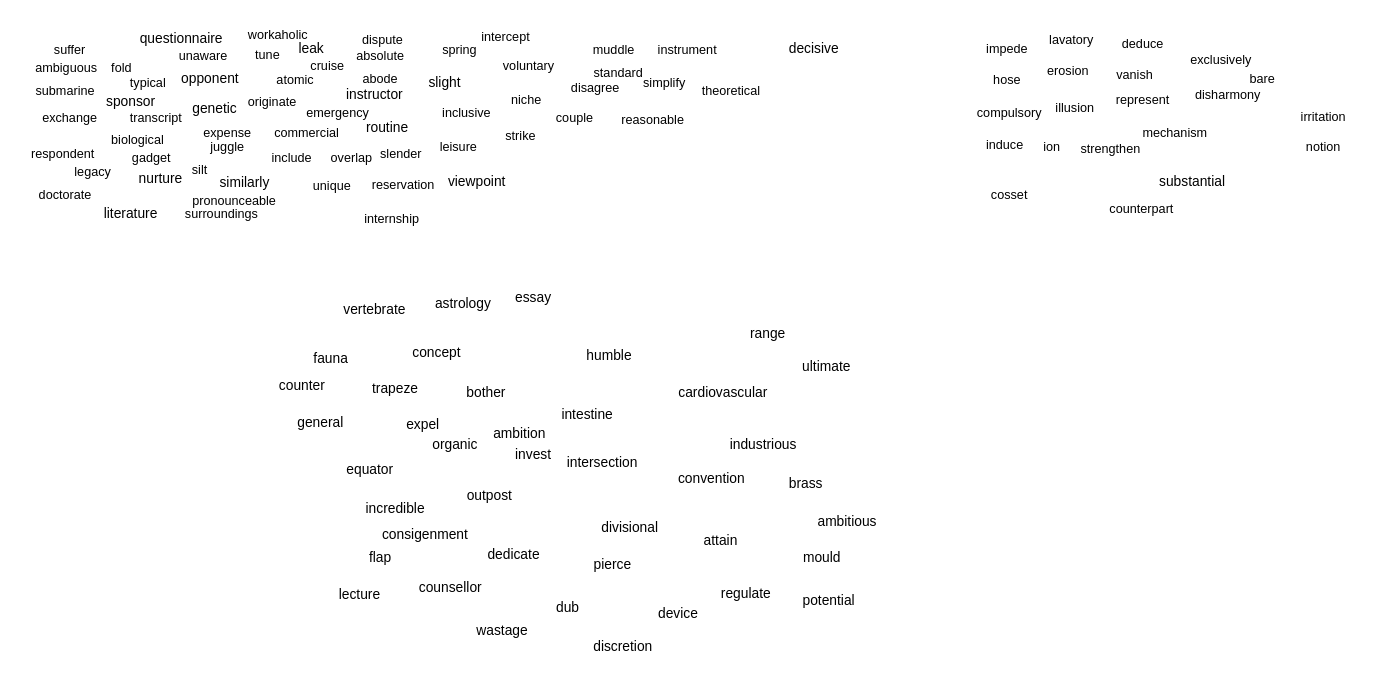
Earlier version of the draw.io diagram page "2023年12月24日" (2 of 2) of 2023-11-13.drawio (GC-L/hello-world). Source tidied: cells renumbered, new cells numbered last; positions are measured from the earlier drawing's top-left corner, leaving out a move shared by most shapes. Both pictures are drawn from the tidied source at 115%, with x=0, y=0 at pixel (20, 20).
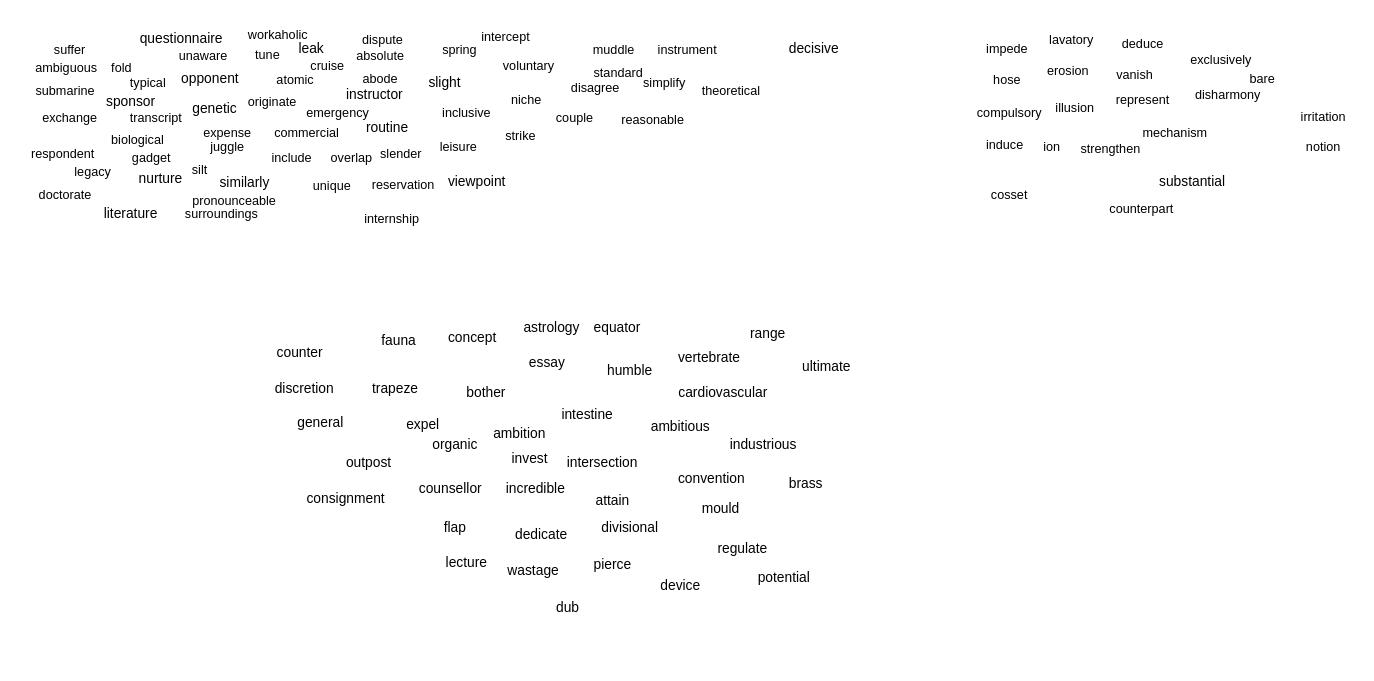
Above is the later version.

What changed in the source:
```diff
@@
     <mxCell id="86" value="incredible" style="text;html=1;align=center;verticalAlign=middle;strokeColor=none;fillColor=none;" parent="1" vertex="1">
-      <mxGeometry x="291" y="412" width="69" height="26" as="geometry" />
+      <mxGeometry x="413" y="395" width="69" height="26" as="geometry" />
     </mxCell>
     <mxCell id="87" value="vertebrate" style="text;html=1;align=center;verticalAlign=middle;strokeColor=none;fillColor=none;" parent="1" vertex="1">
-      <mxGeometry x="271.5" y="239" width="72" height="26" as="geometry" />
+      <mxGeometry x="563" y="281" width="72" height="26" as="geometry" />
     </mxCell>
@@
     <mxCell id="90" value="outpost" style="text;html=1;align=center;verticalAlign=middle;strokeColor=none;fillColor=none;" parent="1" vertex="1">
-      <mxGeometry x="379" y="401" width="57" height="26" as="geometry" />
+      <mxGeometry x="274.5" y="372" width="57" height="26" as="geometry" />
     </mxCell>
@@
-    <mxCell id="93" value="consigenment" style="text;html=1;align=center;verticalAlign=middle;strokeColor=none;fillColor=none;" parent="1" vertex="1">
-      <mxGeometry x="305" y="435" width="93" height="26" as="geometry" />
+    <mxCell id="93" value="consignment" style="text;html=1;align=center;verticalAlign=middle;strokeColor=none;fillColor=none;" parent="1" vertex="1">
+      <mxGeometry x="240" y="403" width="86" height="26" as="geometry" />
     </mxCell>
@@
     <mxCell id="98" value="concept" style="text;html=1;align=center;verticalAlign=middle;strokeColor=none;fillColor=none;" parent="1" vertex="1">
-      <mxGeometry x="332" y="276" width="60" height="26" as="geometry" />
+      <mxGeometry x="363" y="263" width="60" height="26" as="geometry" />
     </mxCell>
@@
     <mxCell id="100" value="humble" style="text;html=1;align=center;verticalAlign=middle;strokeColor=none;fillColor=none;" parent="1" vertex="1">
-      <mxGeometry x="483" y="279" width="57" height="26" as="geometry" />
+      <mxGeometry x="501" y="292" width="57" height="26" as="geometry" />
     </mxCell>
     <mxCell id="101" value="lecture" style="text;html=1;align=center;verticalAlign=middle;strokeColor=none;fillColor=none;" parent="1" vertex="1">
-      <mxGeometry x="268" y="487" width="54" height="26" as="geometry" />
+      <mxGeometry x="361" y="459" width="54" height="26" as="geometry" />
     </mxCell>
     <mxCell id="102" value="counter" style="text;html=1;align=center;verticalAlign=middle;strokeColor=none;fillColor=none;" parent="1" vertex="1">
-      <mxGeometry x="216" y="305" width="58" height="26" as="geometry" />
+      <mxGeometry x="214" y="276" width="58" height="26" as="geometry" />
     </mxCell>
@@
     <mxCell id="104" value="fauna" style="text;html=1;align=center;verticalAlign=middle;strokeColor=none;fillColor=none;" parent="1" vertex="1">
-      <mxGeometry x="245.5" y="282" width="48" height="26" as="geometry" />
+      <mxGeometry x="305" y="266" width="48" height="26" as="geometry" />
     </mxCell>
@@
     <mxCell id="106" value="equator" style="text;html=1;align=center;verticalAlign=middle;strokeColor=none;fillColor=none;" parent="1" vertex="1">
-      <mxGeometry x="274" y="378" width="59" height="26" as="geometry" />
+      <mxGeometry x="489" y="255" width="59" height="26" as="geometry" />
     </mxCell>
@@
     <mxCell id="108" value="invest" style="text;html=1;align=center;verticalAlign=middle;strokeColor=none;fillColor=none;" parent="1" vertex="1">
-      <mxGeometry x="421" y="365" width="49" height="26" as="geometry" />
+      <mxGeometry x="418" y="369" width="49" height="26" as="geometry" />
     </mxCell>
     <mxCell id="109" value="essay" style="text;html=1;align=center;verticalAlign=middle;strokeColor=none;fillColor=none;" parent="1" vertex="1">
-      <mxGeometry x="421" y="229" width="49" height="26" as="geometry" />
+      <mxGeometry x="433" y="285" width="49" height="26" as="geometry" />
     </mxCell>
     <mxCell id="110" value="dedicate" style="text;html=1;align=center;verticalAlign=middle;strokeColor=none;fillColor=none;" parent="1" vertex="1">
-      <mxGeometry x="397" y="452" width="63" height="26" as="geometry" />
+      <mxGeometry x="421" y="435" width="63" height="26" as="geometry" />
     </mxCell>
     <mxCell id="111" value="astrology" style="text;html=1;align=center;verticalAlign=middle;strokeColor=none;fillColor=none;" parent="1" vertex="1">
-      <mxGeometry x="351" y="234" width="67" height="26" as="geometry" />
+      <mxGeometry x="428" y="255" width="67" height="26" as="geometry" />
     </mxCell>
     <mxCell id="112" value="attain" style="text;html=1;align=center;verticalAlign=middle;strokeColor=none;fillColor=none;" parent="1" vertex="1">
-      <mxGeometry x="585" y="440" width="47" height="26" as="geometry" />
+      <mxGeometry x="491" y="405" width="47" height="26" as="geometry" />
     </mxCell>
@@
     <mxCell id="116" value="counsellor" style="text;html=1;align=center;verticalAlign=middle;strokeColor=none;fillColor=none;" parent="1" vertex="1">
-      <mxGeometry x="337" y="481" width="73" height="26" as="geometry" />
+      <mxGeometry x="337.5" y="395" width="73" height="26" as="geometry" />
     </mxCell>
     <mxCell id="117" value="flap" style="text;html=1;align=center;verticalAlign=middle;strokeColor=none;fillColor=none;" parent="1" vertex="1">
-      <mxGeometry x="294.5" y="455" width="37" height="26" as="geometry" />
+      <mxGeometry x="359" y="429" width="37" height="26" as="geometry" />
     </mxCell>
     <mxCell id="118" value="wastage" style="text;html=1;align=center;verticalAlign=middle;strokeColor=none;fillColor=none;" parent="1" vertex="1">
-      <mxGeometry x="387" y="518" width="63" height="26" as="geometry" />
+      <mxGeometry x="414.5" y="466" width="63" height="26" as="geometry" />
     </mxCell>
@@
     <mxCell id="120" value="device" style="text;html=1;align=center;verticalAlign=middle;strokeColor=none;fillColor=none;" parent="1" vertex="1">
-      <mxGeometry x="545" y="503" width="53" height="26" as="geometry" />
+      <mxGeometry x="547" y="479" width="53" height="26" as="geometry" />
     </mxCell>
     <mxCell id="121" value="regulate" style="text;html=1;align=center;verticalAlign=middle;strokeColor=none;fillColor=none;" parent="1" vertex="1">
-      <mxGeometry x="600" y="486" width="61" height="26" as="geometry" />
+      <mxGeometry x="597" y="447" width="61" height="26" as="geometry" />
     </mxCell>
     <mxCell id="122" value="mould" style="text;html=1;align=center;verticalAlign=middle;strokeColor=none;fillColor=none;" parent="1" vertex="1">
-      <mxGeometry x="671" y="455" width="51" height="26" as="geometry" />
+      <mxGeometry x="583" y="412" width="51" height="26" as="geometry" />
     </mxCell>
     <mxCell id="123" value="potential" style="text;html=1;align=center;verticalAlign=middle;strokeColor=none;fillColor=none;" parent="1" vertex="1">
-      <mxGeometry x="671" y="492" width="63" height="26" as="geometry" />
+      <mxGeometry x="632" y="472" width="63" height="26" as="geometry" />
     </mxCell>
     <mxCell id="124" value="discretion" style="text;html=1;align=center;verticalAlign=middle;strokeColor=none;fillColor=none;" parent="1" vertex="1">
-      <mxGeometry x="489" y="532" width="69" height="26" as="geometry" />
+      <mxGeometry x="212" y="308" width="69" height="26" as="geometry" />
     </mxCell>
     <mxCell id="125" value="ambitious" style="text;html=1;align=center;verticalAlign=middle;strokeColor=none;fillColor=none;" parent="1" vertex="1">
-      <mxGeometry x="684" y="423" width="69" height="26" as="geometry" />
+      <mxGeometry x="539" y="341" width="69" height="26" as="geometry" />
     </mxCell>
```
